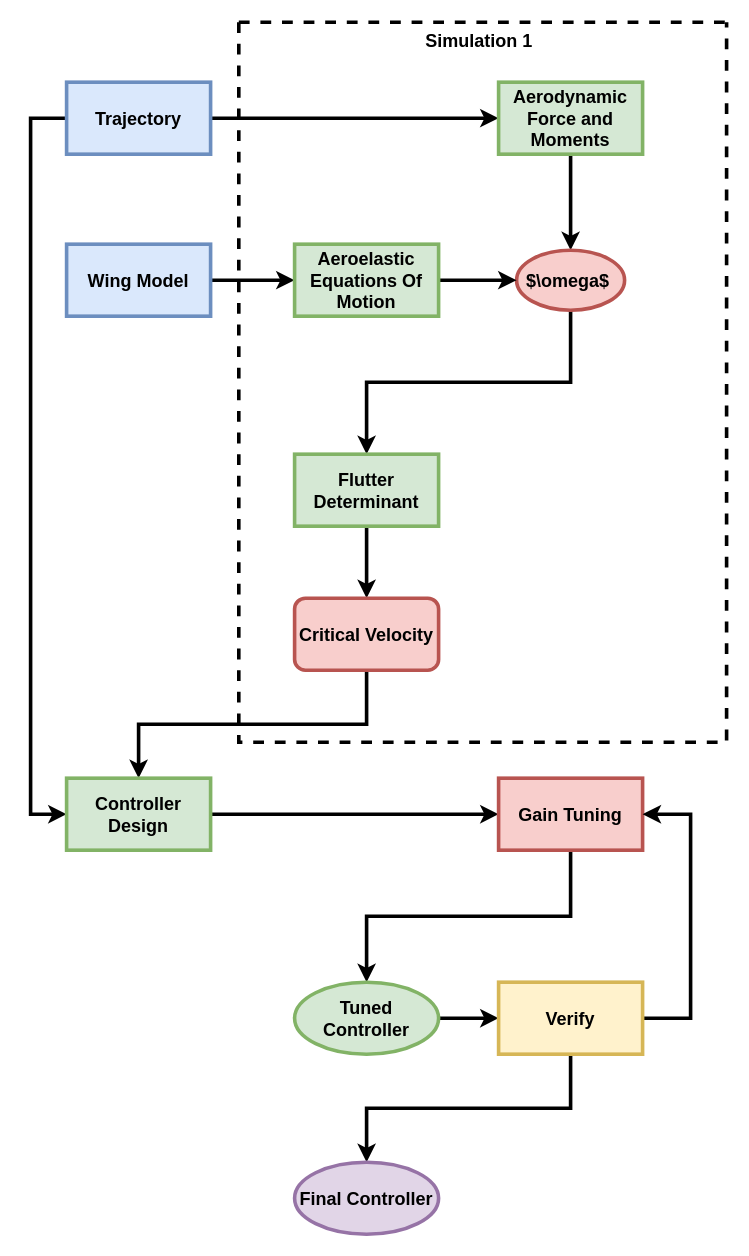
Above: Sim_1/Simulation 1 Diagram.drawio in thomas-lando-18/Honours-Thesis (draw.io), before the change. Source tidied: cells renumbered, new cells numbered last; positions are measured from the earlier drawing's top-left corner, leaving out a move shared by most shapes. Both pictures are drawn from the tidied source at 120%, with x=0, y=0 at pixel (30, 22).
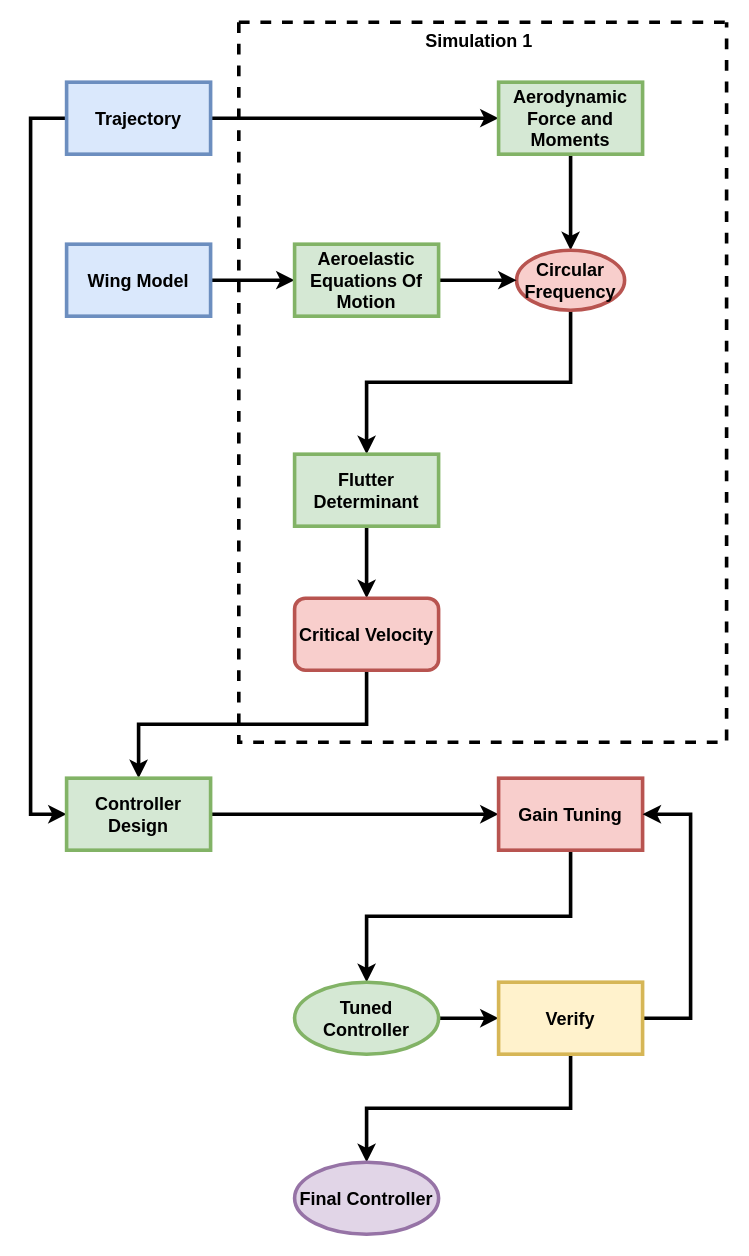
The same diagram, later.

The edit, as a diff of the source:
```diff
@@
-    <mxCell id="10" value="$\omega$&amp;nbsp;" style="ellipse;whiteSpace=wrap;html=1;fillColor=#f8cecc;strokeColor=#b85450;fontSize=15;fontStyle=1;strokeWidth=3;" parent="1" vertex="1">
+    <mxCell id="10" value="Circular Frequency" style="ellipse;whiteSpace=wrap;html=1;fillColor=#f8cecc;strokeColor=#b85450;fontSize=15;fontStyle=1;strokeWidth=3;" parent="1" vertex="1">
       <mxGeometry x="405" y="190" width="90" height="50" as="geometry" />
     </mxCell>
```
